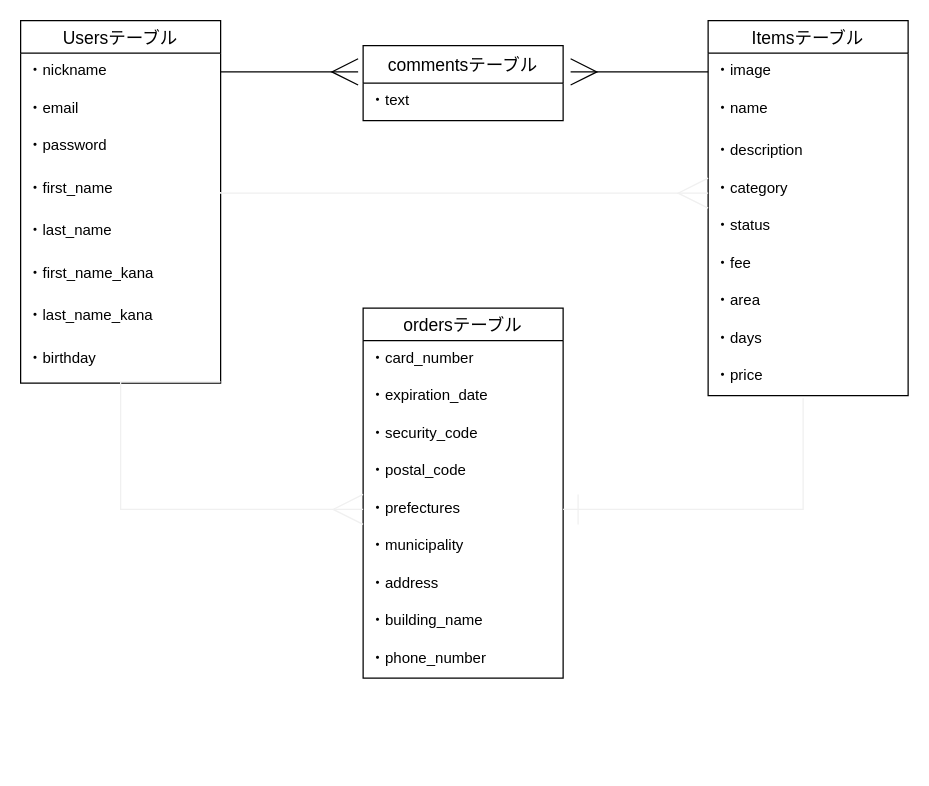
This is furima.dio from hayato-lang/furima-35487, a draw.io file, before an edit. Source tidied: cells renumbered, new cells numbered last; positions are measured from the earlier drawing's top-left corner, leaving out a move shared by most shapes. Both pictures are drawn from the tidied source at 125%, with x=0, y=0 at pixel (20, 20).
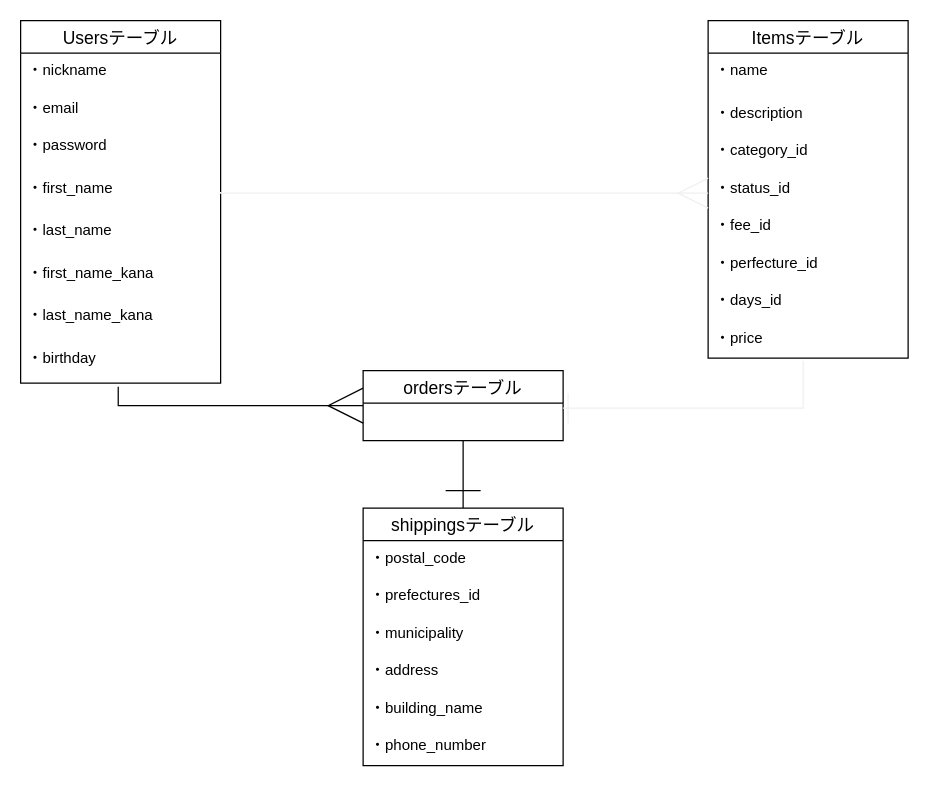
Above is the later version.

Commit message (it also covers changes not shown here):
DB設計の修正

Unchanged cells that the change refers to:
```xml
<mxCell id="3" value="・nickname" style="text;strokeColor=none;fillColor=none;spacingLeft=4;spacingRight=4;overflow=hidden;points=[[0,0.5],[1,0.5]];portConstraint=eastwest;fontSize=12;" parent="2" vertex="1">
  <mxGeometry y="26" width="160" height="30" as="geometry" />
</mxCell>
<mxCell id="6" value="・first_name" style="text;strokeColor=none;fillColor=none;spacingLeft=4;spacingRight=4;overflow=hidden;points=[[0,0.5],[1,0.5]];portConstraint=eastwest;fontSize=12;" parent="2" vertex="1">
  <mxGeometry y="120" width="160" height="34" as="geometry" />
</mxCell>
<mxCell id="10" value="・birthday" style="text;strokeColor=none;fillColor=none;spacingLeft=4;spacingRight=4;overflow=hidden;points=[[0,0.5],[1,0.5]];portConstraint=eastwest;fontSize=12;" parent="2" vertex="1">
  <mxGeometry y="256" width="160" height="34" as="geometry" />
</mxCell>
```

What changed in the source:
```diff
@@
     <mxCell id="11" value="Itemsテーブル" style="swimlane;fontStyle=0;horizontal=1;startSize=26;align=center;fontSize=14;" parent="1" vertex="1">
-      <mxGeometry x="550" width="160" height="300" as="geometry" />
+      <mxGeometry x="550" width="160" height="270" as="geometry" />
     </mxCell>
-    <mxCell id="12" value="・image" style="text;strokeColor=none;fillColor=none;spacingLeft=4;spacingRight=4;overflow=hidden;points=[[0,0.5],[1,0.5]];portConstraint=eastwest;fontSize=12;" parent="11" vertex="1">
-      <mxGeometry y="26" width="160" height="30" as="geometry" />
-    </mxCell>
     <mxCell id="13" value="・name" style="text;strokeColor=none;fillColor=none;spacingLeft=4;spacingRight=4;overflow=hidden;fontSize=12;" parent="11" vertex="1">
-      <mxGeometry y="56" width="160" height="34" as="geometry" />
+      <mxGeometry y="26" width="160" height="34" as="geometry" />
     </mxCell>
     <mxCell id="14" value="・description" style="text;strokeColor=none;fillColor=none;spacingLeft=4;spacingRight=4;overflow=hidden;fontSize=12;" parent="11" vertex="1">
-      <mxGeometry y="90" width="160" height="30" as="geometry" />
+      <mxGeometry y="60" width="160" height="30" as="geometry" />
     </mxCell>
-    <mxCell id="15" value="・category" style="text;strokeColor=none;fillColor=none;spacingLeft=4;spacingRight=4;overflow=hidden;points=[[0,0.5],[1,0.5]];portConstraint=eastwest;fontSize=12;" parent="11" vertex="1">
-      <mxGeometry y="120" width="160" height="30" as="geometry" />
+    <mxCell id="15" value="・category_id" style="text;strokeColor=none;fillColor=none;spacingLeft=4;spacingRight=4;overflow=hidden;points=[[0,0.5],[1,0.5]];portConstraint=eastwest;fontSize=12;" parent="11" vertex="1">
+      <mxGeometry y="90" width="160" height="30" as="geometry" />
     </mxCell>
-    <mxCell id="16" value="・status" style="text;strokeColor=none;fillColor=none;spacingLeft=4;spacingRight=4;overflow=hidden;fontSize=12;" parent="11" vertex="1">
-      <mxGeometry y="150" width="160" height="30" as="geometry" />
+    <mxCell id="16" value="・status_id" style="text;strokeColor=none;fillColor=none;spacingLeft=4;spacingRight=4;overflow=hidden;fontSize=12;" parent="11" vertex="1">
+      <mxGeometry y="120" width="160" height="30" as="geometry" />
     </mxCell>
-    <mxCell id="17" value="・fee" style="text;strokeColor=none;fillColor=none;spacingLeft=4;spacingRight=4;overflow=hidden;fontSize=12;" parent="11" vertex="1">
-      <mxGeometry y="180" width="160" height="30" as="geometry" />
+    <mxCell id="17" value="・fee_id" style="text;strokeColor=none;fillColor=none;spacingLeft=4;spacingRight=4;overflow=hidden;fontSize=12;" parent="11" vertex="1">
+      <mxGeometry y="150" width="160" height="30" as="geometry" />
     </mxCell>
-    <mxCell id="18" value="・area" style="text;strokeColor=none;fillColor=none;spacingLeft=4;spacingRight=4;overflow=hidden;fontSize=12;" parent="11" vertex="1">
-      <mxGeometry y="210" width="160" height="30" as="geometry" />
+    <mxCell id="18" value="・perfecture_id" style="text;strokeColor=none;fillColor=none;spacingLeft=4;spacingRight=4;overflow=hidden;fontSize=12;" parent="11" vertex="1">
+      <mxGeometry y="180" width="160" height="30" as="geometry" />
     </mxCell>
-    <mxCell id="19" value="・days" style="text;strokeColor=none;fillColor=none;spacingLeft=4;spacingRight=4;overflow=hidden;fontSize=12;" parent="11" vertex="1">
-      <mxGeometry y="240" width="160" height="30" as="geometry" />
+    <mxCell id="19" value="・days_id" style="text;strokeColor=none;fillColor=none;spacingLeft=4;spacingRight=4;overflow=hidden;fontSize=12;" parent="11" vertex="1">
+      <mxGeometry y="210" width="160" height="30" as="geometry" />
     </mxCell>
     <mxCell id="20" value="・price" style="text;strokeColor=none;fillColor=none;spacingLeft=4;spacingRight=4;overflow=hidden;points=[[0,0.5],[1,0.5]];portConstraint=eastwest;fontSize=12;" parent="11" vertex="1">
-      <mxGeometry y="270" width="160" height="30" as="geometry" />
+      <mxGeometry y="240" width="160" height="30" as="geometry" />
     </mxCell>
+    <mxCell id="39" style="edgeStyle=orthogonalEdgeStyle;rounded=0;jettySize=auto;html=1;exitX=0.5;exitY=1;exitDx=0;exitDy=0;endArrow=ERone;endFill=0;endSize=26;entryX=0.5;entryY=0;entryDx=0;entryDy=0;" parent="1" edge="1" source="21" target="40">
+      <mxGeometry relative="1" as="geometry" />
+    </mxCell>
     <mxCell id="21" value="ordersテーブル" style="swimlane;fontStyle=0;horizontal=1;startSize=26;align=center;fontSize=14;" parent="1" vertex="1">
-      <mxGeometry x="274" y="230" width="160" height="296" as="geometry" />
+      <mxGeometry x="274" y="280" width="160" height="56" as="geometry" />
     </mxCell>
-    <mxCell id="22" value="・card_number" style="text;strokeColor=none;fillColor=none;spacingLeft=4;spacingRight=4;overflow=hidden;fontSize=12;" parent="21" vertex="1">
-      <mxGeometry y="26" width="160" height="30" as="geometry" />
-    </mxCell>
-    <mxCell id="23" value="・expiration_date&#10;" style="text;strokeColor=none;fillColor=none;spacingLeft=4;spacingRight=4;overflow=hidden;fontSize=12;" parent="21" vertex="1">
-      <mxGeometry y="56" width="160" height="30" as="geometry" />
-    </mxCell>
-    <mxCell id="24" value="・security_code" style="text;strokeColor=none;fillColor=none;spacingLeft=4;spacingRight=4;overflow=hidden;fontSize=12;" parent="21" vertex="1">
-      <mxGeometry y="86" width="160" height="30" as="geometry" />
-    </mxCell>
+    <mxCell id="31" style="edgeStyle=orthogonalEdgeStyle;rounded=0;jettySize=auto;html=1;targetPerimeterSpacing=-18;endSize=22;endArrow=ERmany;endFill=0;entryX=-0.012;entryY=0.267;entryDx=0;entryDy=0;entryPerimeter=0;strokeColor=none;" parent="1" edge="1" target="15">
+      <mxGeometry relative="1" as="geometry">
+        <mxPoint x="548" y="137" as="sourcePoint" />
+        <Array as="points">
+          <mxPoint x="548" y="137" />
+        </Array>
+      </mxGeometry>
+    </mxCell>
+    <mxCell id="33" style="edgeStyle=orthogonalEdgeStyle;rounded=0;jettySize=auto;html=1;exitX=1;exitY=0.5;exitDx=0;exitDy=0;endArrow=ERmany;endFill=0;endSize=22;targetPerimeterSpacing=-18;strokeColor=#f0f0f0;" parent="1" edge="1" source="6">
+      <mxGeometry relative="1" as="geometry">
+        <mxPoint x="550" y="138" as="targetPoint" />
+        <Array as="points">
+          <mxPoint x="160" y="138" />
+        </Array>
+      </mxGeometry>
+    </mxCell>
+    <mxCell id="34" style="edgeStyle=orthogonalEdgeStyle;rounded=0;jettySize=auto;html=1;exitX=0.475;exitY=1.067;exitDx=0;exitDy=0;endArrow=ERone;endFill=0;endSize=22;targetPerimeterSpacing=-18;strokeColor=#f0f0f0;exitPerimeter=0;" parent="1" edge="1" source="20">
+      <mxGeometry relative="1" as="geometry">
+        <mxPoint x="450" y="310" as="targetPoint" />
+        <Array as="points">
+          <mxPoint x="626" y="310" />
+          <mxPoint x="434" y="310" />
+        </Array>
+      </mxGeometry>
+    </mxCell>
+    <mxCell id="38" style="edgeStyle=orthogonalEdgeStyle;rounded=0;jettySize=auto;html=1;entryX=0;entryY=0.5;entryDx=0;entryDy=0;exitX=0.488;exitY=1.088;exitDx=0;exitDy=0;exitPerimeter=0;endArrow=ERmany;endFill=0;endSize=26;" parent="1" edge="1" source="10" target="21">
+      <mxGeometry relative="1" as="geometry">
+        <Array as="points">
+          <mxPoint x="78" y="308" />
+        </Array>
+      </mxGeometry>
+    </mxCell>
+    <mxCell id="40" value="shippingsテーブル" style="swimlane;fontStyle=0;horizontal=1;startSize=26;align=center;fontSize=14;" parent="1" vertex="1">
+      <mxGeometry x="274" y="390" width="160" height="206" as="geometry" />
+    </mxCell>
-    <mxCell id="25" value="・postal_code" style="text;strokeColor=none;fillColor=none;spacingLeft=4;spacingRight=4;overflow=hidden;fontSize=12;" parent="21" vertex="1">
-      <mxGeometry y="116" width="160" height="30" as="geometry" />
+    <mxCell id="25" value="・postal_code" style="text;strokeColor=none;fillColor=none;spacingLeft=4;spacingRight=4;overflow=hidden;fontSize=12;" parent="40" vertex="1">
+      <mxGeometry y="26" width="160" height="30" as="geometry" />
     </mxCell>
-    <mxCell id="26" value="・prefectures" style="text;strokeColor=none;fillColor=none;spacingLeft=4;spacingRight=4;overflow=hidden;points=[[0,0.5],[1,0.5]];portConstraint=eastwest;fontSize=12;" parent="21" vertex="1">
-      <mxGeometry y="146" width="160" height="30" as="geometry" />
-    </mxCell>
+    <mxCell id="41" value="・prefectures_id" style="text;strokeColor=none;fillColor=none;spacingLeft=4;spacingRight=4;overflow=hidden;fontSize=12;" parent="40" vertex="1">
+      <mxGeometry y="56" width="160" height="30" as="geometry" />
+    </mxCell>
-    <mxCell id="27" value="・municipality" style="text;strokeColor=none;fillColor=none;spacingLeft=4;spacingRight=4;overflow=hidden;fontSize=12;" parent="21" vertex="1">
-      <mxGeometry y="176" width="160" height="30" as="geometry" />
+    <mxCell id="27" value="・municipality" style="text;strokeColor=none;fillColor=none;spacingLeft=4;spacingRight=4;overflow=hidden;fontSize=12;" parent="40" vertex="1">
+      <mxGeometry y="86" width="160" height="30" as="geometry" />
     </mxCell>
-    <mxCell id="28" value="・address" style="text;strokeColor=none;fillColor=none;spacingLeft=4;spacingRight=4;overflow=hidden;fontSize=12;" parent="21" vertex="1">
-      <mxGeometry y="206" width="160" height="30" as="geometry" />
+    <mxCell id="28" value="・address" style="text;strokeColor=none;fillColor=none;spacingLeft=4;spacingRight=4;overflow=hidden;fontSize=12;" parent="40" vertex="1">
+      <mxGeometry y="116" width="160" height="30" as="geometry" />
     </mxCell>
-    <mxCell id="29" value="・building_name" style="text;strokeColor=none;fillColor=none;spacingLeft=4;spacingRight=4;overflow=hidden;fontSize=12;" parent="21" vertex="1">
-      <mxGeometry y="236" width="160" height="30" as="geometry" />
+    <mxCell id="29" value="・building_name" style="text;strokeColor=none;fillColor=none;spacingLeft=4;spacingRight=4;overflow=hidden;fontSize=12;" parent="40" vertex="1">
+      <mxGeometry y="146" width="160" height="30" as="geometry" />
     </mxCell>
-    <mxCell id="30" value="・phone_number" style="text;strokeColor=none;fillColor=none;spacingLeft=4;spacingRight=4;overflow=hidden;fontSize=12;" parent="21" vertex="1">
-      <mxGeometry y="266" width="160" height="30" as="geometry" />
+    <mxCell id="30" value="・phone_number" style="text;strokeColor=none;fillColor=none;spacingLeft=4;spacingRight=4;overflow=hidden;fontSize=12;" parent="40" vertex="1">
+      <mxGeometry y="176" width="160" height="30" as="geometry" />
     </mxCell>
-    <mxCell id="31" style="edgeStyle=orthogonalEdgeStyle;rounded=0;jettySize=auto;html=1;targetPerimeterSpacing=-18;endSize=22;endArrow=ERmany;endFill=0;entryX=-0.012;entryY=0.267;entryDx=0;entryDy=0;entryPerimeter=0;strokeColor=none;" parent="1" edge="1" target="15">
-      <mxGeometry relative="1" as="geometry">
-        <mxPoint x="548" y="137" as="sourcePoint" />
-        <Array as="points">
-          <mxPoint x="548" y="137" />
-        </Array>
-      </mxGeometry>
-    </mxCell>
-    <mxCell id="32" style="edgeStyle=orthogonalEdgeStyle;rounded=0;jettySize=auto;html=1;exitX=1;exitY=0.971;exitDx=0;exitDy=0;entryX=0;entryY=0.5;entryDx=0;entryDy=0;endArrow=ERmany;endFill=0;endSize=22;targetPerimeterSpacing=-18;strokeColor=#f0f0f0;exitPerimeter=0;" parent="1" edge="1" source="10" target="26">
-      <mxGeometry relative="1" as="geometry">
-        <Array as="points">
-          <mxPoint x="80" y="289" />
-          <mxPoint x="80" y="391" />
-        </Array>
-      </mxGeometry>
-    </mxCell>
-    <mxCell id="33" style="edgeStyle=orthogonalEdgeStyle;rounded=0;jettySize=auto;html=1;exitX=1;exitY=0.5;exitDx=0;exitDy=0;endArrow=ERmany;endFill=0;endSize=22;targetPerimeterSpacing=-18;strokeColor=#f0f0f0;" parent="1" edge="1" source="6">
-      <mxGeometry relative="1" as="geometry">
-        <mxPoint x="550" y="138" as="targetPoint" />
-        <Array as="points">
-          <mxPoint x="160" y="138" />
-        </Array>
-      </mxGeometry>
-    </mxCell>
-    <mxCell id="34" style="edgeStyle=orthogonalEdgeStyle;rounded=0;jettySize=auto;html=1;exitX=0.475;exitY=1.067;exitDx=0;exitDy=0;entryX=1;entryY=0.5;entryDx=0;entryDy=0;endArrow=ERone;endFill=0;endSize=22;targetPerimeterSpacing=-18;strokeColor=#f0f0f0;exitPerimeter=0;" parent="1" edge="1" source="20" target="26">
-      <mxGeometry relative="1" as="geometry">
-        <Array as="points">
-          <mxPoint x="626" y="391" />
-        </Array>
-      </mxGeometry>
-    </mxCell>
-    <mxCell id="35" value="commentsテーブル" style="swimlane;fontStyle=0;horizontal=1;startSize=30;align=center;fontSize=14;" parent="1" vertex="1">
-      <mxGeometry x="274" y="20" width="160" height="60" as="geometry" />
-    </mxCell>
-    <mxCell id="36" value="・text" style="text;strokeColor=none;fillColor=none;spacingLeft=4;spacingRight=4;overflow=hidden;fontSize=12;" parent="35" vertex="1">
-      <mxGeometry y="30" width="160" height="30" as="geometry" />
-    </mxCell>
-    <mxCell id="37" style="edgeStyle=orthogonalEdgeStyle;rounded=0;jettySize=auto;html=1;exitX=1;exitY=0.5;exitDx=0;exitDy=0;endArrow=ERmany;endFill=0;endSize=19;" parent="1" edge="1" source="3">
-      <mxGeometry relative="1" as="geometry">
-        <mxPoint x="270" y="41" as="targetPoint" />
-      </mxGeometry>
-    </mxCell>
-    <mxCell id="38" style="edgeStyle=orthogonalEdgeStyle;rounded=0;jettySize=auto;html=1;exitX=0;exitY=0.5;exitDx=0;exitDy=0;endArrow=ERmany;endFill=0;endSize=19;" parent="1" edge="1" source="12">
-      <mxGeometry relative="1" as="geometry">
-        <mxPoint x="440" y="41" as="targetPoint" />
-      </mxGeometry>
-    </mxCell>
```
